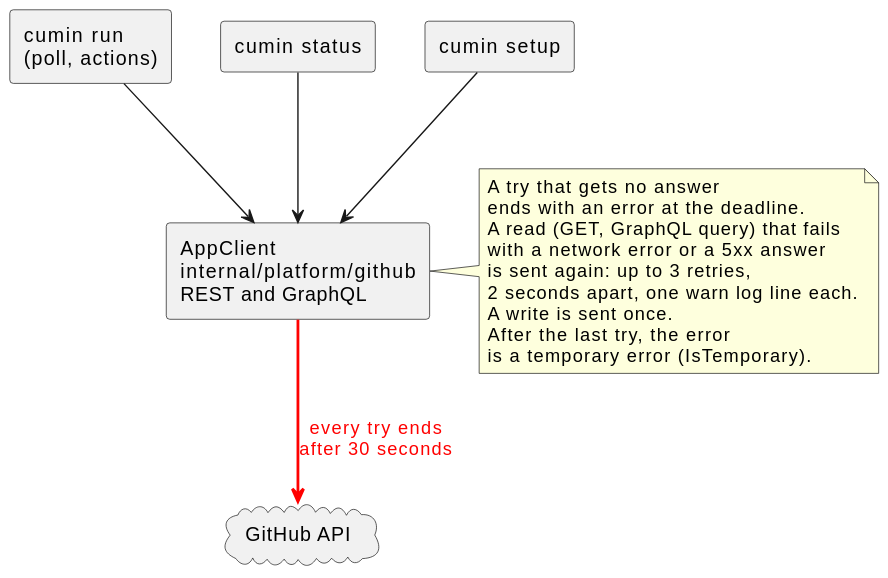
Before: docs/ja/designs/github-call-deadline.svg, a diagram exported from PlantUML (cloveclovedev/cumin-works).
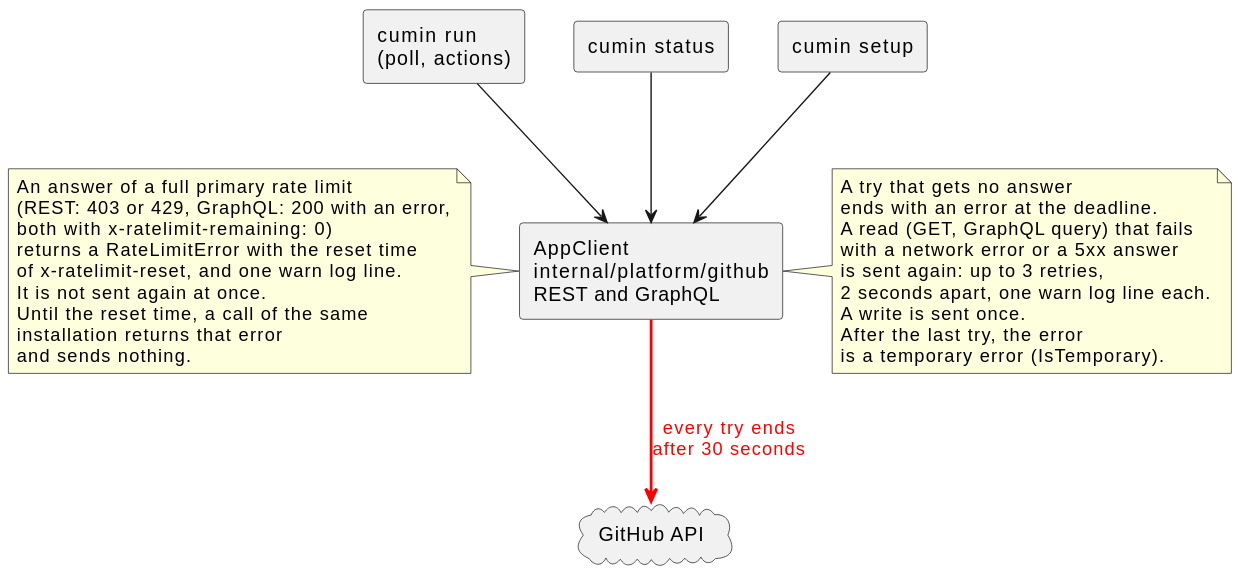
The same file after the commit.

Commit message:
feat(github): send no call before the reset of a full primary rate limit (#462)

Diff of the diagram source:
```diff
@@ -24,4 +24,16 @@
   After the last try, the error
   is a temporary error (IsTemporary).
 end note
+
+note left of client
+  An answer of a full primary rate limit
+  (REST: 403 or 429, GraphQL: 200 with an error,
+  both with x-ratelimit-remaining: 0)
+  returns a RateLimitError with the reset time
+  of x-ratelimit-reset, and one warn log line.
+  It is not sent again at once.
+  Until the reset time, a call of the same
+  installation returns that error
+  and sends nothing.
+end note
 @enduml
```
